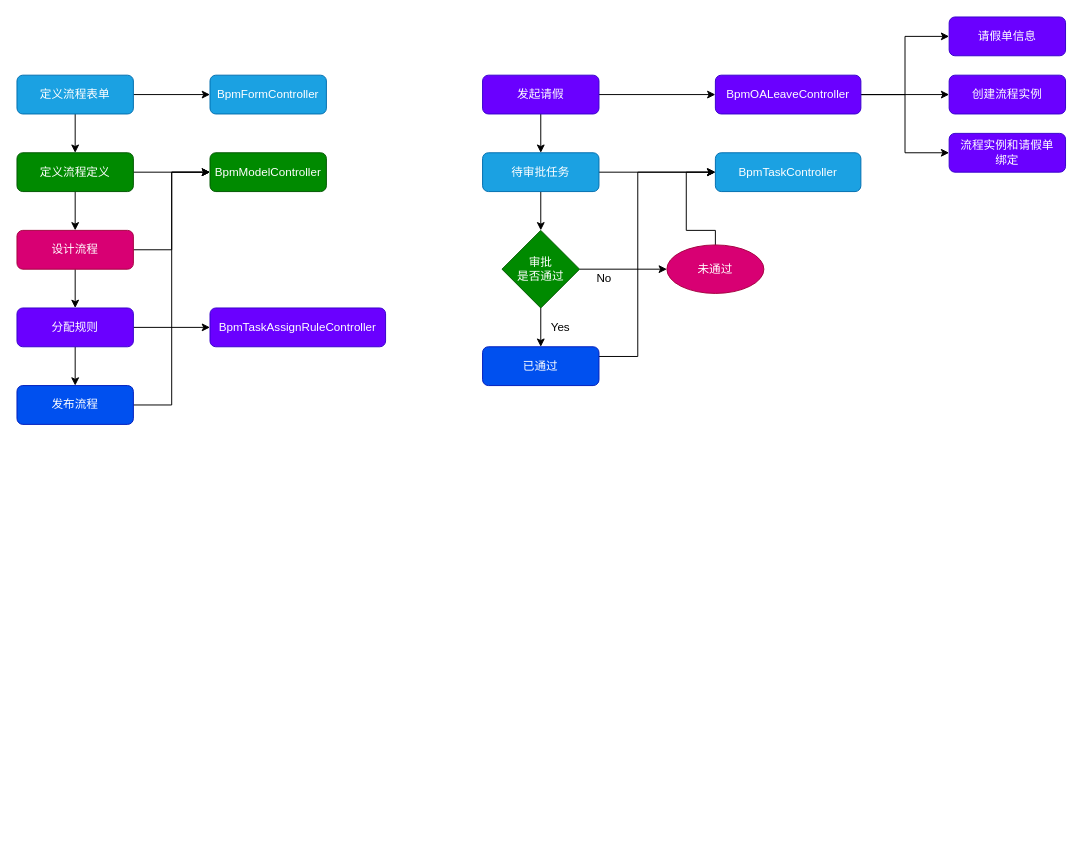
The draw.io diagram flowable工作流.drawio in stephenZkang/diagrams, before the edit. Source tidied: cells renumbered, new cells numbered last; positions are measured from the earlier drawing's top-left corner, leaving out a move shared by most shapes. Both pictures are drawn from the tidied source at 97%, with x=0, y=0 at pixel (16, 16).
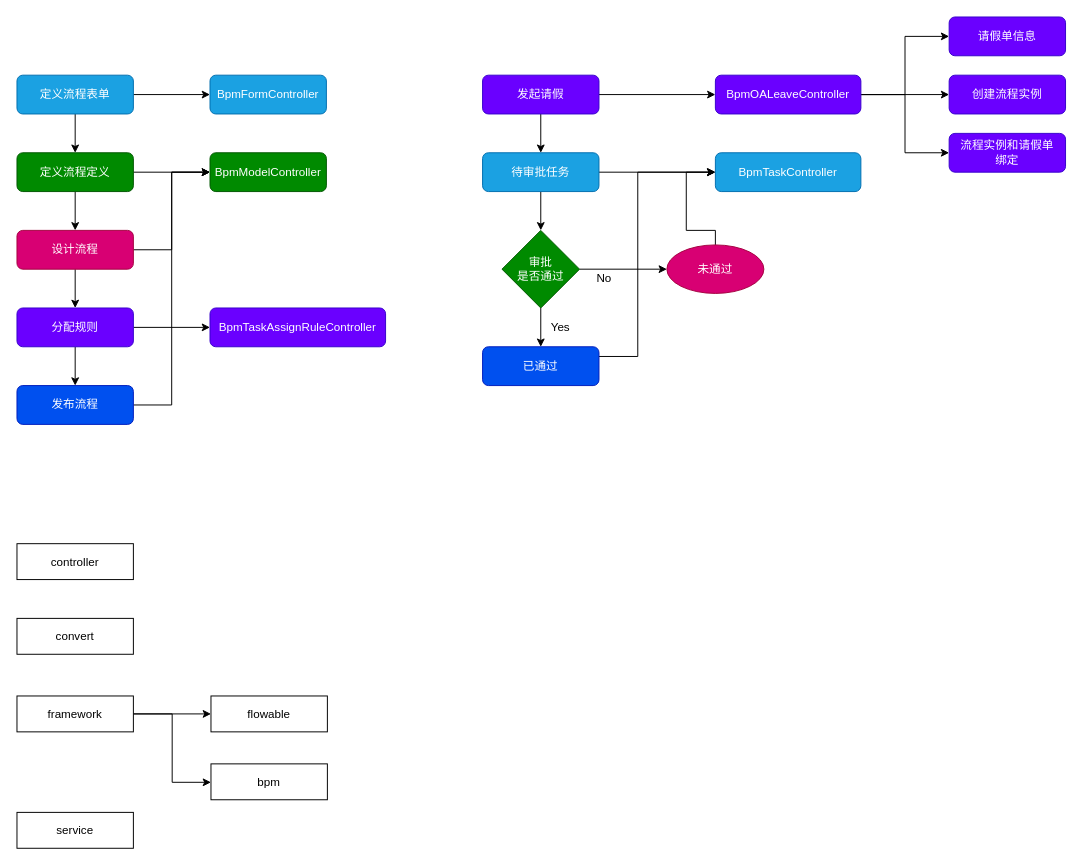
The same diagram, later.

Commit message:
更新flowable工作流.drawio

Change to the diagram source:
```diff
@@
+    <mxCell id="42" value="controller" style="rounded=0;whiteSpace=wrap;html=1;" parent="1" vertex="1">
+      <mxGeometry y="543" width="120" height="37" as="geometry" />
+    </mxCell>
+    <mxCell id="43" value="convert" style="rounded=0;whiteSpace=wrap;html=1;" parent="1" vertex="1">
+      <mxGeometry y="620" width="120" height="37" as="geometry" />
+    </mxCell>
+    <mxCell id="44" style="edgeStyle=orthogonalEdgeStyle;rounded=0;jettySize=auto;html=1;" parent="1" edge="1" source="46" target="48">
+      <mxGeometry relative="1" as="geometry" />
+    </mxCell>
+    <mxCell id="45" style="edgeStyle=orthogonalEdgeStyle;rounded=0;jettySize=auto;html=1;" parent="1" edge="1" source="46" target="49">
+      <mxGeometry relative="1" as="geometry">
+        <Array as="points">
+          <mxPoint x="160" y="719" />
+          <mxPoint x="160" y="789" />
+        </Array>
+      </mxGeometry>
+    </mxCell>
+    <mxCell id="46" value="framework" style="rounded=0;whiteSpace=wrap;html=1;" parent="1" vertex="1">
+      <mxGeometry y="700" width="120" height="37" as="geometry" />
+    </mxCell>
+    <mxCell id="47" value="service" style="rounded=0;whiteSpace=wrap;html=1;" parent="1" vertex="1">
+      <mxGeometry y="820" width="120" height="37" as="geometry" />
+    </mxCell>
+    <mxCell id="48" value="flowable" style="rounded=0;whiteSpace=wrap;html=1;" parent="1" vertex="1">
+      <mxGeometry x="200" y="700" width="120" height="37" as="geometry" />
+    </mxCell>
+    <mxCell id="49" value="bpm" style="rounded=0;whiteSpace=wrap;html=1;" parent="1" vertex="1">
+      <mxGeometry x="200" y="770" width="120" height="37" as="geometry" />
+    </mxCell>
```
